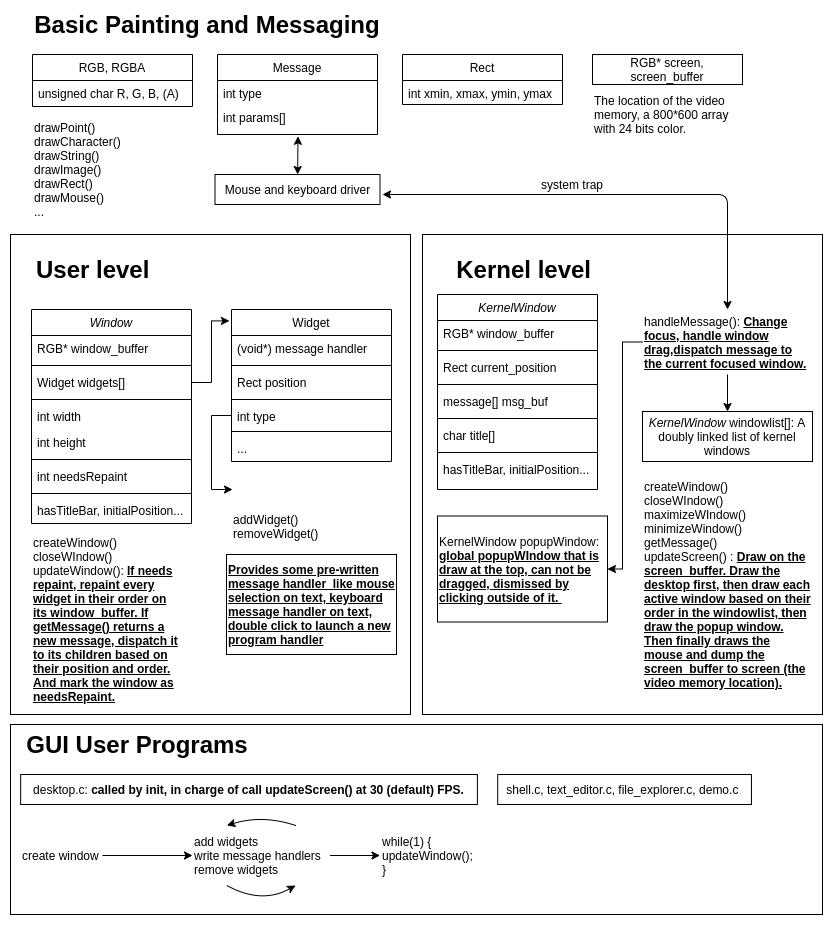
The draw.io diagram xv6_gui_architecture.png in jinyanghk/xv6-gui, before a commit. Source tidied: cells renumbered, new cells last; positions are measured from the earlier drawing's top-left corner, leaving out a move shared by most shapes.
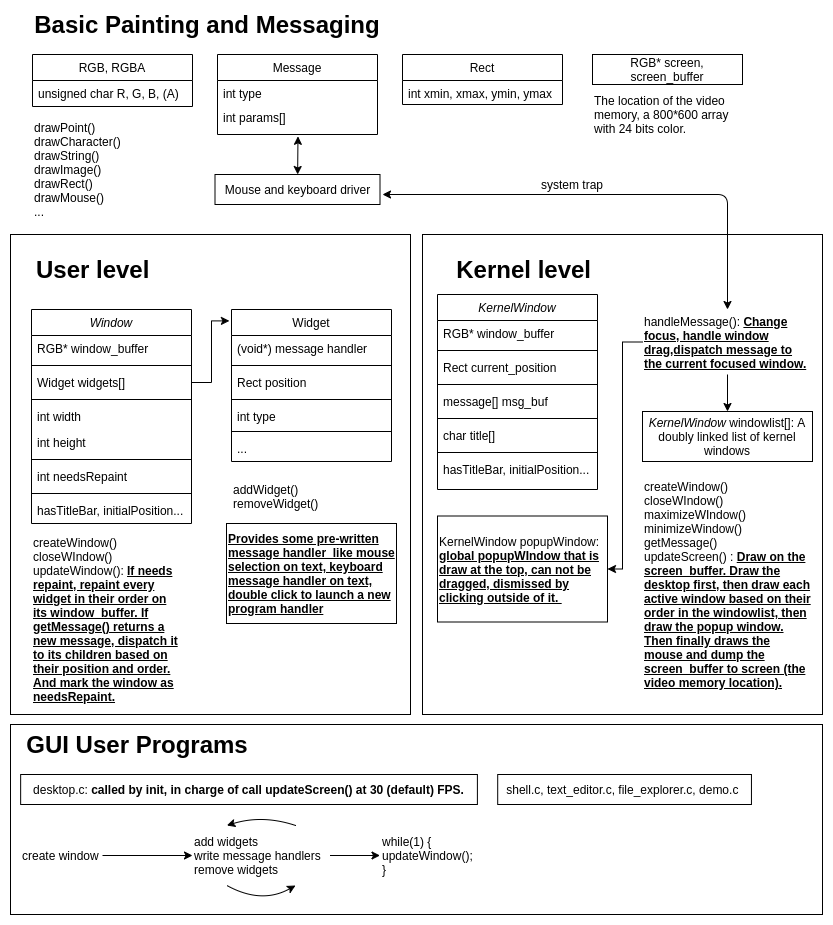
After the commit.

Change to the diagram source:
```diff
@@ -124,7 +124,7 @@
       <mxGeometry x="21" y="310" width="150" height="150" as="geometry" />
     </mxCell>
     <mxCell id="39" value="&lt;font style=&quot;font-size: 12px&quot;&gt;addWidget()&lt;br&gt;removeWidget()&lt;/font&gt;" style="text;html=1;strokeColor=none;fillColor=none;align=left;verticalAlign=middle;whiteSpace=wrap;rounded=0;" parent="35" vertex="1">
-      <mxGeometry x="221" y="270" width="130" height="44" as="geometry" />
+      <mxGeometry x="221" y="240" width="130" height="44" as="geometry" />
     </mxCell>
     <mxCell id="40" value="Window" style="swimlane;fontStyle=2;align=center;verticalAlign=top;horizontal=1;startSize=26;rounded=0;shadow=0;strokeWidth=1;" parent="35" vertex="1">
       <mxGeometry x="21" y="75" width="160" height="214" as="geometry" />
@@ -187,11 +187,8 @@
       <mxGeometry relative="1" as="geometry" />
     </mxCell>
     <mxCell id="60" value="&lt;b&gt;&lt;u&gt;Provides some pre-written message handler&amp;nbsp; like mouse selection on text, keyboard message handler on text, double click to launch a new program handler&lt;/u&gt;&lt;/b&gt;" style="rounded=0;whiteSpace=wrap;html=1;align=left;" parent="35" vertex="1">
-      <mxGeometry x="216" y="320" width="170" height="100" as="geometry" />
+      <mxGeometry x="216" y="289" width="170" height="100" as="geometry" />
     </mxCell>
-    <mxCell id="61" style="edgeStyle=orthogonalEdgeStyle;rounded=0;jettySize=auto;html=1;exitX=0;exitY=0.5;exitDx=0;exitDy=0;entryX=0;entryY=0.5;entryDx=0;entryDy=0;" parent="1" edge="1" source="56" target="3">
-      <mxGeometry relative="1" as="geometry" />
-    </mxCell>
     <mxCell id="62" value="system trap" style="text;html=1;strokeColor=none;fillColor=none;align=center;verticalAlign=middle;whiteSpace=wrap;rounded=0;" parent="1" vertex="1">
       <mxGeometry x="522" y="160" width="80" height="20" as="geometry" />
     </mxCell>
```
